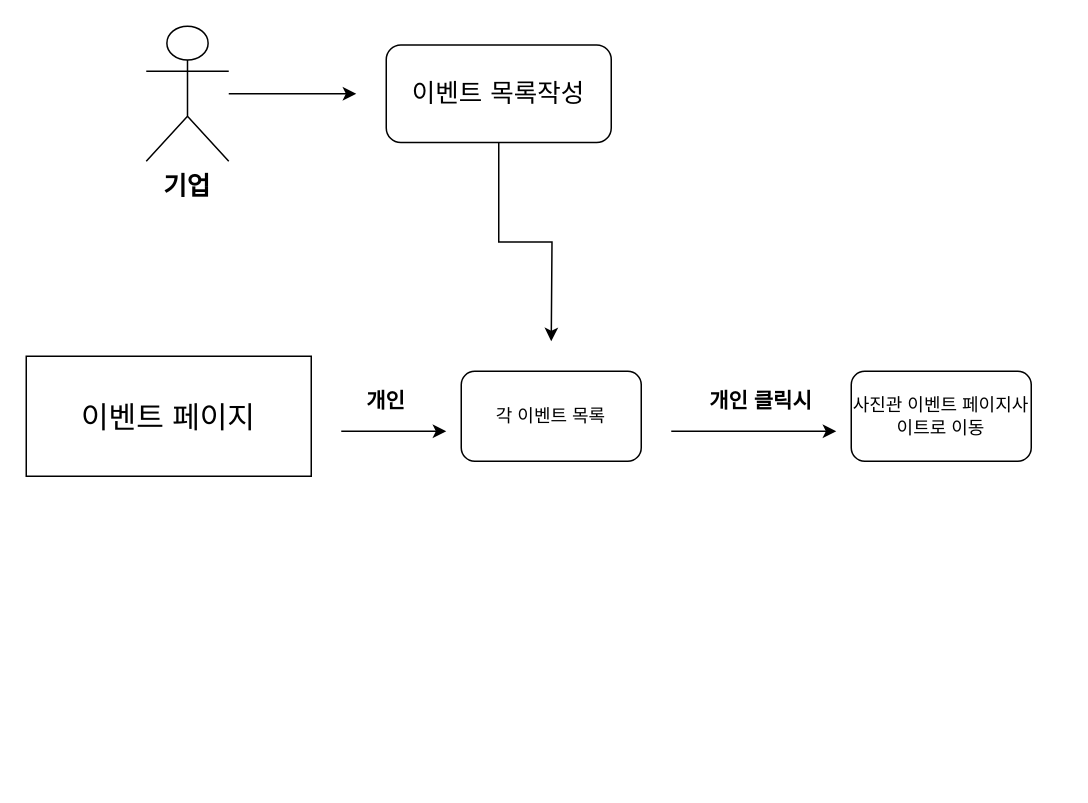
This is Untitled Diagram.drawio from hjss705/web2, a draw.io file, before an edit. Source tidied: cells renumbered, new cells numbered last; positions are measured from the earlier drawing's top-left corner, leaving out a move shared by most shapes. Both pictures are drawn from the tidied source at 150%, with x=0, y=0 at pixel (26, 26).
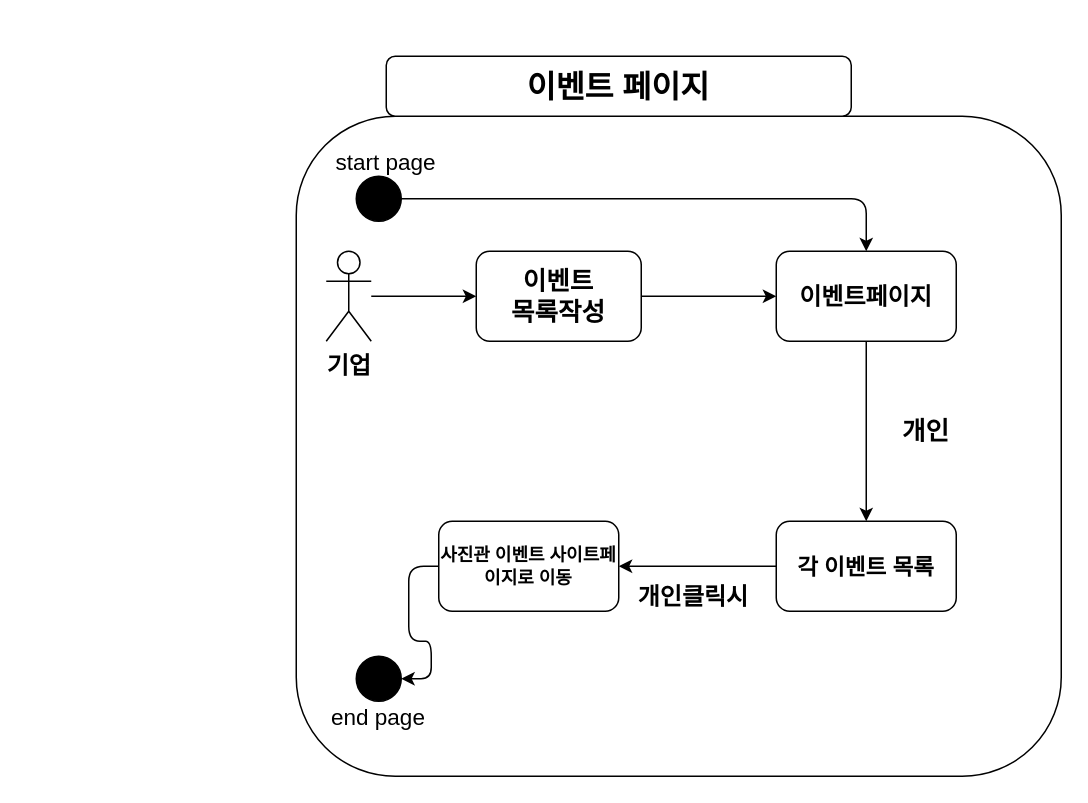
The same page after the edit.

Commit message:
이벤트페이지

Change to the diagram source:
```diff
@@
+    <mxCell id="13" style="edgeStyle=orthogonalEdgeStyle;rounded=0;jettySize=auto;html=1;fontFamily=Verdana;fontSize=17;" parent="1" edge="1" source="14" target="2">
+      <mxGeometry relative="1" as="geometry" />
+    </mxCell>
+    <mxCell id="14" style="whiteSpace=wrap;html=1;rounded=1;" parent="1" vertex="1">
+      <mxGeometry x="180" y="60" width="510" height="440" as="geometry" />
+    </mxCell>
+    <mxCell id="15" style="edgeStyle=orthogonalEdgeStyle;jettySize=auto;html=1;entryX=0.5;entryY=0;entryDx=0;entryDy=0;" parent="1" edge="1" source="16" target="19">
+      <mxGeometry relative="1" as="geometry" />
+    </mxCell>
+    <mxCell id="16" style="ellipse;whiteSpace=wrap;html=1;rounded=1;fillColor=#000000;" parent="1" vertex="1">
+      <mxGeometry x="220" y="100" width="30" height="30" as="geometry" />
+    </mxCell>
+    <mxCell id="17" value="&lt;span style=&quot;font-size: 15px&quot;&gt;start page&lt;/span&gt;" style="text;html=1;strokeColor=none;fillColor=none;align=center;verticalAlign=middle;whiteSpace=wrap;rounded=1;" parent="1" vertex="1">
+      <mxGeometry x="200" y="80" width="80" height="20" as="geometry" />
+    </mxCell>
+    <mxCell id="18" style="edgeStyle=orthogonalEdgeStyle;jettySize=auto;html=1;" parent="1" edge="1" source="19" target="5">
+      <mxGeometry relative="1" as="geometry" />
+    </mxCell>
+    <mxCell id="19" value="&lt;b&gt;&lt;font style=&quot;font-size: 16px&quot;&gt;이벤트페이지&lt;/font&gt;&lt;/b&gt;" style="whiteSpace=wrap;html=1;rounded=1;" parent="1" vertex="1">
+      <mxGeometry x="500" y="150" width="120" height="60" as="geometry" />
+    </mxCell>
+    <mxCell id="20" style="ellipse;whiteSpace=wrap;html=1;rounded=1;fillColor=#000000;" parent="1" vertex="1">
+      <mxGeometry x="220" y="420" width="30" height="30" as="geometry" />
+    </mxCell>
+    <mxCell id="21" value="&lt;span style=&quot;font-size: 15px&quot;&gt;end page&lt;/span&gt;" style="text;html=1;strokeColor=none;fillColor=none;align=center;verticalAlign=middle;whiteSpace=wrap;rounded=1;" parent="1" vertex="1">
+      <mxGeometry x="195" y="450" width="80" height="20" as="geometry" />
+    </mxCell>
-    <mxCell id="2" value="&lt;font style=&quot;font-size: 20px&quot;&gt;이벤트 페이지&lt;/font&gt;" style="rounded=0;whiteSpace=wrap;html=1;" parent="1" vertex="1">
-      <mxGeometry y="220" width="190" height="80" as="geometry" />
+    <mxCell id="2" value="&lt;font size=&quot;1&quot;&gt;&lt;b style=&quot;font-size: 21px&quot;&gt;이벤트 페이지&lt;/b&gt;&lt;/font&gt;" style="whiteSpace=wrap;html=1;align=center;rounded=1;" parent="1" vertex="1">
+      <mxGeometry x="240" y="20" width="310" height="40" as="geometry" />
     </mxCell>
-    <mxCell id="3" style="endArrow=classic;html=1;" parent="1" edge="1">
-      <mxGeometry relative="1" as="geometry">
-        <mxPoint x="210" y="270" as="sourcePoint" />
-        <mxPoint x="280" y="270" as="targetPoint" />
-        <Array as="points">
-          <mxPoint x="260" y="270" />
-        </Array>
-      </mxGeometry>
-    </mxCell>
+    <mxCell id="22" style="edgeStyle=orthogonalEdgeStyle;jettySize=auto;html=1;" parent="1" edge="1" source="5" target="24">
+      <mxGeometry relative="1" as="geometry" />
+    </mxCell>
+    <mxCell id="5" value="&lt;font style=&quot;font-size: 15px&quot;&gt;&lt;b&gt;각 이벤트 목록&lt;/b&gt;&lt;/font&gt;" style="whiteSpace=wrap;html=1;rounded=1;" parent="1" vertex="1">
+      <mxGeometry x="500" y="330" width="120" height="60" as="geometry" />
+    </mxCell>
+    <mxCell id="23" style="edgeStyle=orthogonalEdgeStyle;jettySize=auto;html=1;entryX=1;entryY=0.5;entryDx=0;entryDy=0;" parent="1" edge="1" source="24" target="20">
+      <mxGeometry relative="1" as="geometry" />
+    </mxCell>
+    <mxCell id="24" value="&lt;b&gt;사진관 이벤트 사이트페이지로 이동&lt;/b&gt;" style="whiteSpace=wrap;html=1;rounded=1;" parent="1" vertex="1">
+      <mxGeometry x="275" y="330" width="120" height="60" as="geometry" />
+    </mxCell>
-    <mxCell id="4" value="&lt;b&gt;&lt;font style=&quot;font-size: 14px&quot;&gt;개인&lt;/font&gt;&lt;/b&gt;" style="text;html=1;strokeColor=none;fillColor=none;align=center;verticalAlign=middle;whiteSpace=wrap;rounded=0;rotation=0;" parent="1" vertex="1">
-      <mxGeometry x="220" y="240" width="40" height="20" as="geometry" />
+    <mxCell id="4" value="&lt;b&gt;개인&lt;/b&gt;" style="text;html=1;strokeColor=none;fillColor=none;align=center;verticalAlign=middle;whiteSpace=wrap;rounded=0;labelBackgroundColor=none;fontFamily=Verdana;fontSize=17;" parent="1" vertex="1">
+      <mxGeometry x="580" y="260" width="40" height="20" as="geometry" />
     </mxCell>
-    <mxCell id="5" value="각 이벤트 목록" style="rounded=1;whiteSpace=wrap;html=1;" parent="1" vertex="1">
-      <mxGeometry x="290" y="230" width="120" height="60" as="geometry" />
-    </mxCell>
-    <mxCell id="6" value="사진관 이벤트 페이지사이트로 이동" style="rounded=1;whiteSpace=wrap;html=1;" parent="1" vertex="1">
-      <mxGeometry x="550" y="230" width="120" height="60" as="geometry" />
-    </mxCell>
-    <mxCell id="7" style="endArrow=classic;html=1;" parent="1" edge="1">
-      <mxGeometry relative="1" as="geometry">
-        <mxPoint x="430" y="270" as="sourcePoint" />
-        <mxPoint x="540" y="270" as="targetPoint" />
-        <Array as="points">
-          <mxPoint x="480" y="270" />
-        </Array>
-      </mxGeometry>
-    </mxCell>
-    <mxCell id="8" value="&lt;b&gt;&lt;font style=&quot;font-size: 14px&quot;&gt;개인 클릭시&lt;/font&gt;&lt;/b&gt;" style="text;html=1;strokeColor=none;fillColor=none;align=center;verticalAlign=middle;whiteSpace=wrap;rounded=0;rotation=0;" parent="1" vertex="1">
-      <mxGeometry x="450" y="240" width="80" height="20" as="geometry" />
-    </mxCell>
-    <mxCell id="9" style="edgeStyle=orthogonalEdgeStyle;rounded=0;jettySize=auto;html=1;fontFamily=Verdana;fontSize=17;" parent="1" edge="1" source="10">
-      <mxGeometry relative="1" as="geometry">
-        <mxPoint x="220" y="45" as="targetPoint" />
-      </mxGeometry>
-    </mxCell>
+    <mxCell id="25" value="개인클릭시" style="text;html=1;strokeColor=none;fillColor=none;align=center;verticalAlign=middle;whiteSpace=wrap;rounded=0;labelBackgroundColor=none;fontFamily=Verdana;fontSize=16;fontStyle=1;" parent="1" vertex="1">
+      <mxGeometry x="395" y="370" width="100" height="20" as="geometry" />
+    </mxCell>
+    <mxCell id="26" style="edgeStyle=orthogonalEdgeStyle;rounded=0;jettySize=auto;html=1;entryX=0;entryY=0.5;entryDx=0;entryDy=0;fontFamily=Verdana;fontSize=16;" parent="1" edge="1" source="10" target="12">
+      <mxGeometry relative="1" as="geometry" />
+    </mxCell>
-    <mxCell id="10" value="기업" style="shape=umlActor;verticalLabelPosition=bottom;verticalAlign=top;outlineConnect=0;fontFamily=Verdana;labelPosition=center;align=center;labelBackgroundColor=none;fontStyle=1;fontSize=17;" parent="1" vertex="1">
-      <mxGeometry x="80" width="55" height="90" as="geometry" />
+    <mxCell id="10" value="기업" style="shape=umlActor;verticalLabelPosition=bottom;verticalAlign=top;html=1;outlineConnect=0;labelBackgroundColor=none;fontFamily=Verdana;fontSize=16;labelPosition=center;align=center;fontStyle=1;" parent="1" vertex="1">
+      <mxGeometry x="200" y="150" width="30" height="60" as="geometry" />
     </mxCell>
-    <mxCell id="11" style="edgeStyle=orthogonalEdgeStyle;rounded=0;jettySize=auto;html=1;fontFamily=Verdana;fontSize=17;" parent="1" edge="1" source="12">
-      <mxGeometry relative="1" as="geometry">
-        <mxPoint x="350" y="210" as="targetPoint" />
-      </mxGeometry>
-    </mxCell>
+    <mxCell id="27" style="edgeStyle=orthogonalEdgeStyle;rounded=0;jettySize=auto;html=1;fontFamily=Verdana;fontSize=16;" parent="1" edge="1" source="12" target="19">
+      <mxGeometry relative="1" as="geometry" />
+    </mxCell>
-    <mxCell id="12" value="이벤트 목록작성" style="rounded=1;whiteSpace=wrap;html=1;labelBackgroundColor=none;fontFamily=Verdana;fontSize=17;" parent="1" vertex="1">
-      <mxGeometry x="240" y="12.5" width="150" height="65" as="geometry" />
+    <mxCell id="12" value="&lt;b style=&quot;font-size: 17px&quot;&gt;이벤트 &lt;br&gt;목록작성&lt;/b&gt;" style="rounded=1;whiteSpace=wrap;html=1;labelBackgroundColor=none;fontFamily=Verdana;fontSize=16;" parent="1" vertex="1">
+      <mxGeometry x="300" y="150" width="110" height="60" as="geometry" />
     </mxCell>
```
